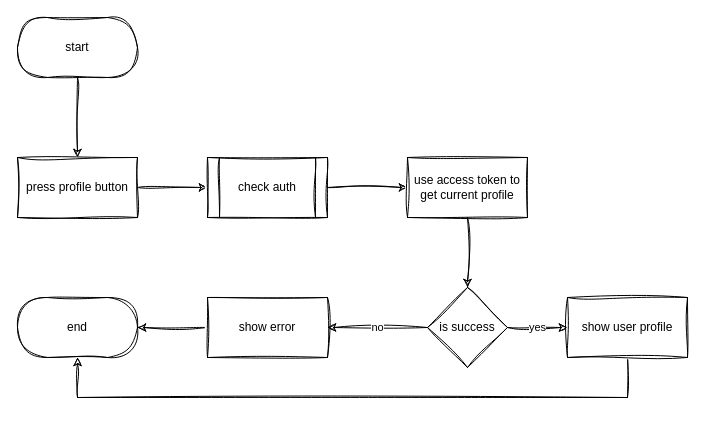
Earlier version of the draw.io diagram page "4 each role profile" (4 of 4) of docs/drawio/activity/activity_general.drawio (ssszZ-TH/party_fullstack_docker5). Source tidied: cells renumbered, new cells numbered last; positions are measured from the earlier drawing's top-left corner, leaving out a move shared by most shapes. Both pictures are drawn from the tidied source at 100%, with x=0, y=0 at pixel (17, 17).
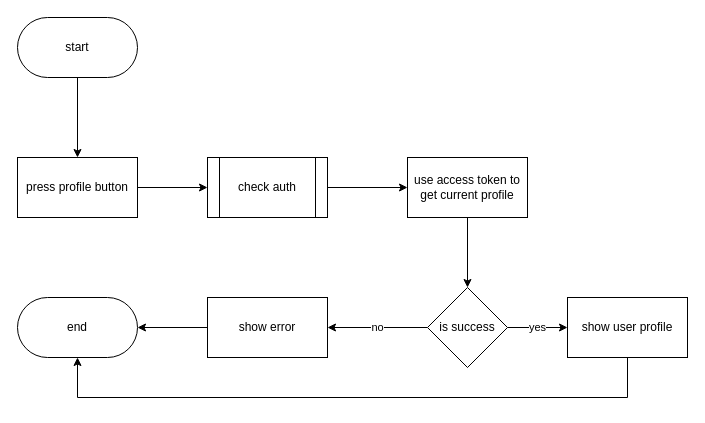
The same diagram, later.

Change to the diagram source:
```diff
@@
 <mxGraphModel>
   <root>
     <mxCell id="0" />
     <mxCell id="1" parent="0" />
-    <mxCell id="2" style="edgeStyle=orthogonalEdgeStyle;rounded=0;jettySize=auto;html=1;sketch=1;curveFitting=1;jiggle=2;" parent="1" edge="1" source="3" target="6">
+    <mxCell id="2" style="edgeStyle=orthogonalEdgeStyle;rounded=0;jettySize=auto;html=1;" parent="1" edge="1" source="3" target="6">
       <mxGeometry relative="1" as="geometry" />
     </mxCell>
-    <mxCell id="3" value="start" style="rounded=1;whiteSpace=wrap;html=1;arcSize=50;sketch=1;curveFitting=1;jiggle=2;" parent="1" vertex="1">
+    <mxCell id="3" value="start" style="rounded=1;whiteSpace=wrap;html=1;arcSize=50;" parent="1" vertex="1">
       <mxGeometry width="120" height="60" as="geometry" />
     </mxCell>
-    <mxCell id="4" value="end" style="rounded=1;whiteSpace=wrap;html=1;arcSize=50;sketch=1;curveFitting=1;jiggle=2;" parent="1" vertex="1">
+    <mxCell id="4" value="end" style="rounded=1;whiteSpace=wrap;html=1;arcSize=50;" parent="1" vertex="1">
       <mxGeometry y="280" width="120" height="60" as="geometry" />
     </mxCell>
-    <mxCell id="5" style="edgeStyle=orthogonalEdgeStyle;rounded=0;jettySize=auto;html=1;sketch=1;curveFitting=1;jiggle=2;" parent="1" edge="1" source="6" target="8">
+    <mxCell id="5" style="edgeStyle=orthogonalEdgeStyle;rounded=0;jettySize=auto;html=1;" parent="1" edge="1" source="6" target="8">
       <mxGeometry relative="1" as="geometry" />
     </mxCell>
-    <mxCell id="6" value="press profile button" style="whiteSpace=wrap;html=1;rounded=0;arcSize=50;sketch=1;curveFitting=1;jiggle=2;" parent="1" vertex="1">
+    <mxCell id="6" value="press profile button" style="whiteSpace=wrap;html=1;rounded=0;arcSize=50;" parent="1" vertex="1">
       <mxGeometry y="140" width="120" height="60" as="geometry" />
     </mxCell>
-    <mxCell id="7" style="edgeStyle=orthogonalEdgeStyle;rounded=0;jettySize=auto;html=1;sketch=1;curveFitting=1;jiggle=2;" parent="1" edge="1" source="8" target="10">
+    <mxCell id="7" style="edgeStyle=orthogonalEdgeStyle;rounded=0;jettySize=auto;html=1;" parent="1" edge="1" source="8" target="10">
       <mxGeometry relative="1" as="geometry" />
     </mxCell>
-    <mxCell id="8" value="check auth" style="shape=process;whiteSpace=wrap;html=1;backgroundOutline=1;sketch=1;curveFitting=1;jiggle=2;" parent="1" vertex="1">
+    <mxCell id="8" value="check auth" style="shape=process;whiteSpace=wrap;html=1;backgroundOutline=1;" parent="1" vertex="1">
       <mxGeometry x="190" y="140" width="120" height="60" as="geometry" />
     </mxCell>
-    <mxCell id="9" style="edgeStyle=orthogonalEdgeStyle;rounded=0;jettySize=auto;html=1;sketch=1;curveFitting=1;jiggle=2;" parent="1" edge="1" source="10" target="13">
+    <mxCell id="9" style="edgeStyle=orthogonalEdgeStyle;rounded=0;jettySize=auto;html=1;" parent="1" edge="1" source="10" target="13">
       <mxGeometry relative="1" as="geometry" />
     </mxCell>
-    <mxCell id="10" value="use access token to get current profile" style="whiteSpace=wrap;html=1;sketch=1;curveFitting=1;jiggle=2;" parent="1" vertex="1">
+    <mxCell id="10" value="use access token to get current profile" style="whiteSpace=wrap;html=1;" parent="1" vertex="1">
       <mxGeometry x="390" y="140" width="120" height="60" as="geometry" />
     </mxCell>
-    <mxCell id="11" value="yes" style="edgeStyle=orthogonalEdgeStyle;rounded=0;jettySize=auto;html=1;sketch=1;curveFitting=1;jiggle=2;" parent="1" edge="1" source="13" target="15">
+    <mxCell id="11" value="yes" style="edgeStyle=orthogonalEdgeStyle;rounded=0;jettySize=auto;html=1;" parent="1" edge="1" source="13" target="15">
       <mxGeometry relative="1" as="geometry" />
     </mxCell>
-    <mxCell id="12" value="no" style="edgeStyle=orthogonalEdgeStyle;rounded=0;jettySize=auto;html=1;sketch=1;curveFitting=1;jiggle=2;" parent="1" edge="1" source="13" target="17">
+    <mxCell id="12" value="no" style="edgeStyle=orthogonalEdgeStyle;rounded=0;jettySize=auto;html=1;" parent="1" edge="1" source="13" target="17">
       <mxGeometry relative="1" as="geometry" />
     </mxCell>
-    <mxCell id="13" value="is success" style="rhombus;whiteSpace=wrap;html=1;sketch=1;curveFitting=1;jiggle=2;" parent="1" vertex="1">
+    <mxCell id="13" value="is success" style="rhombus;whiteSpace=wrap;html=1;" parent="1" vertex="1">
       <mxGeometry x="410" y="270" width="80" height="80" as="geometry" />
     </mxCell>
-    <mxCell id="14" style="edgeStyle=orthogonalEdgeStyle;rounded=0;jettySize=auto;html=1;sketch=1;curveFitting=1;jiggle=2;" parent="1" edge="1" source="15" target="4">
+    <mxCell id="14" style="edgeStyle=orthogonalEdgeStyle;rounded=0;jettySize=auto;html=1;" parent="1" edge="1" source="15" target="4">
       <mxGeometry relative="1" as="geometry">
         <Array as="points">
           <mxPoint x="610" y="380" />
           <mxPoint x="60" y="380" />
         </Array>
       </mxGeometry>
     </mxCell>
-    <mxCell id="15" value="show user profile" style="whiteSpace=wrap;html=1;sketch=1;curveFitting=1;jiggle=2;" parent="1" vertex="1">
+    <mxCell id="15" value="show user profile" style="whiteSpace=wrap;html=1;" parent="1" vertex="1">
       <mxGeometry x="550" y="280" width="120" height="60" as="geometry" />
     </mxCell>
-    <mxCell id="16" style="edgeStyle=orthogonalEdgeStyle;rounded=0;jettySize=auto;html=1;sketch=1;curveFitting=1;jiggle=2;" parent="1" edge="1" source="17" target="4">
+    <mxCell id="16" style="edgeStyle=orthogonalEdgeStyle;rounded=0;jettySize=auto;html=1;" parent="1" edge="1" source="17" target="4">
       <mxGeometry relative="1" as="geometry" />
     </mxCell>
-    <mxCell id="17" value="show error" style="whiteSpace=wrap;html=1;sketch=1;curveFitting=1;jiggle=2;" parent="1" vertex="1">
+    <mxCell id="17" value="show error" style="whiteSpace=wrap;html=1;" parent="1" vertex="1">
       <mxGeometry x="190" y="280" width="120" height="60" as="geometry" />
     </mxCell>
   </root>
 </mxGraphModel>
```
